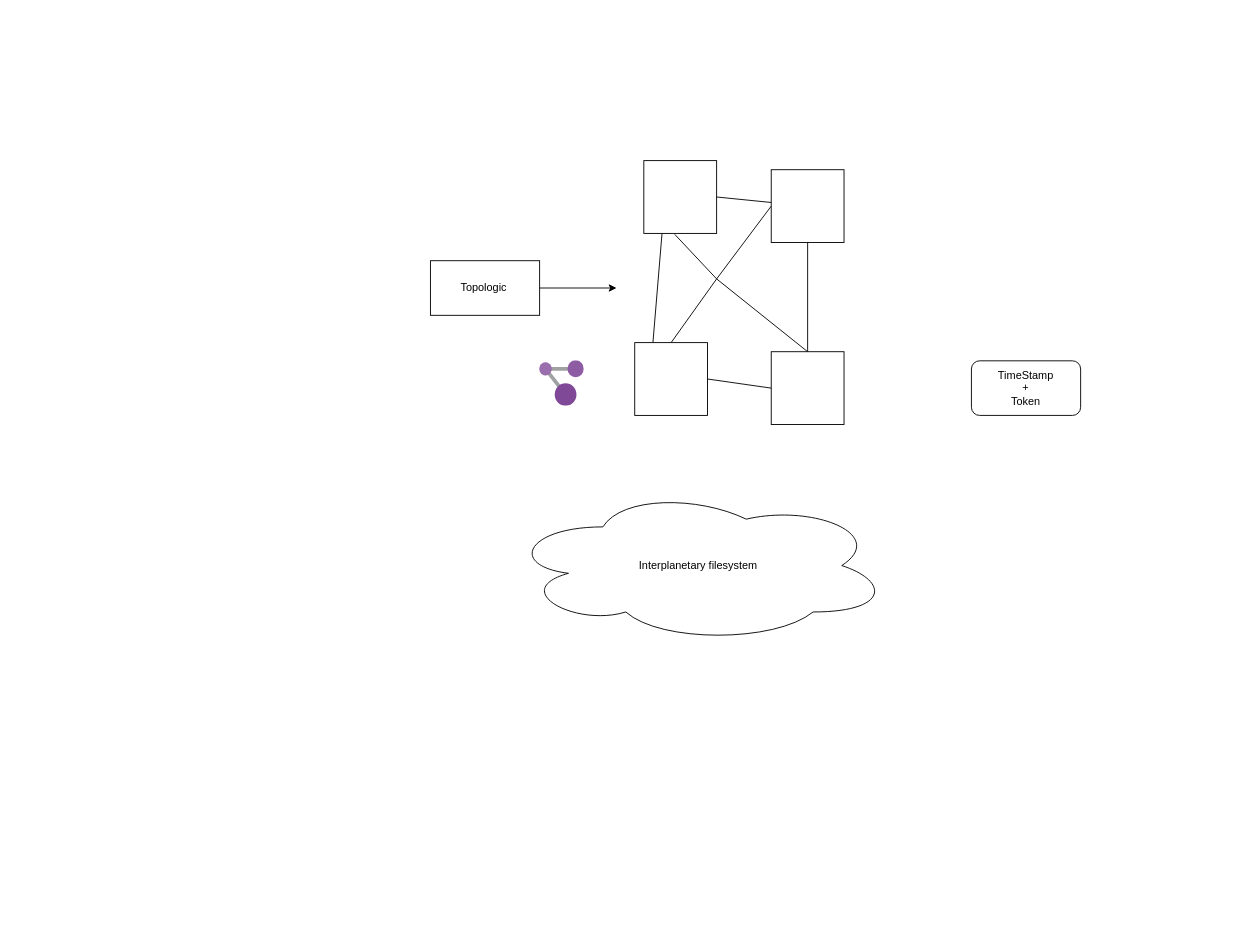
arlav/IPFS_LBD keeps this draw.io diagram as Untitled Diagram.drawio. Above is the earlier version. Source tidied: cells renumbered, new cells numbered last; positions are measured from the earlier drawing's top-left corner, leaving out a move shared by most shapes. Both pictures are drawn from the tidied source at 91%, with x=0, y=0 at pixel (430, 160).
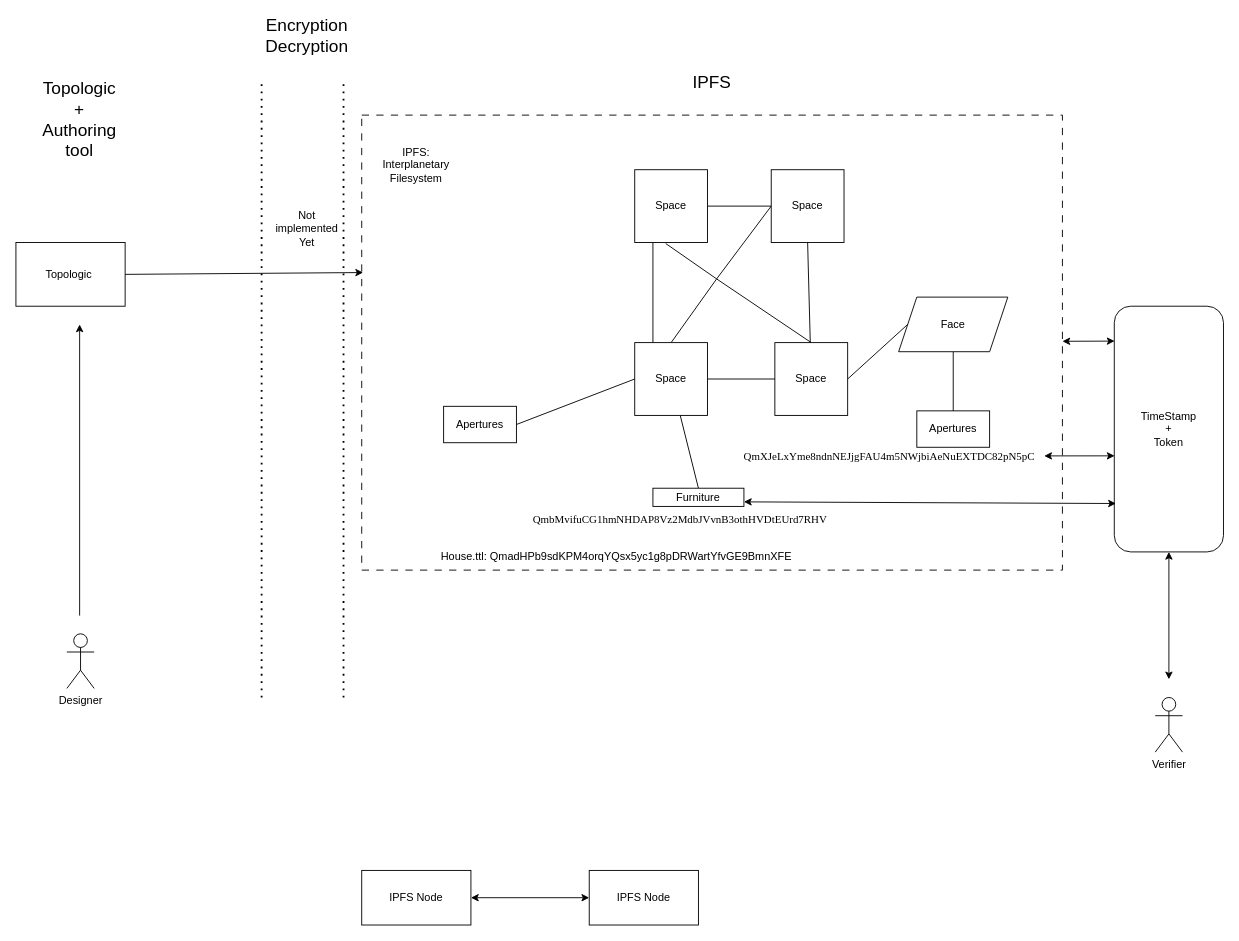
The same page after the edit.

Change to the diagram source:
```diff
@@
+    <mxCell id="19" style="rounded=0;whiteSpace=wrap;html=1;dashed=1;dashPattern=8 8;fillColor=none;" parent="1" vertex="1">
+      <mxGeometry x="-76" y="-50" width="770" height="500" as="geometry" />
+    </mxCell>
     <mxCell id="2" value="Topologic&amp;nbsp;" style="rounded=0;whiteSpace=wrap;html=1;" parent="1" vertex="1">
-      <mxGeometry x="-0.5" y="110" width="120" height="60" as="geometry" />
+      <mxGeometry x="-456" y="90" width="120" height="70" as="geometry" />
     </mxCell>
     <mxCell id="3" value="TimeStamp&lt;div&gt;+&lt;/div&gt;&lt;div&gt;Token&lt;/div&gt;" style="rounded=1;whiteSpace=wrap;html=1;" parent="1" vertex="1">
-      <mxGeometry x="594" y="220" width="120" height="60" as="geometry" />
+      <mxGeometry x="751" y="160" width="120" height="270" as="geometry" />
     </mxCell>
-    <mxCell id="4" value="Interplanetary filesystem" style="ellipse;shape=cloud;whiteSpace=wrap;html=1;" parent="1" vertex="1">
-      <mxGeometry x="84" y="360" width="420" height="170" as="geometry" />
-    </mxCell>
-    <mxCell id="5" style="image;sketch=0;html=1;align=center;fontSize=12;image=img/lib/mscae/Resource_Graph_Explorer.svg;" parent="1" vertex="1">
-      <mxGeometry x="119.5" y="220" width="49" height="50" as="geometry" />
-    </mxCell>
@@
-    <mxCell id="9" style="whiteSpace=wrap;html=1;" parent="1" vertex="1">
+    <mxCell id="9" value="Space" style="whiteSpace=wrap;html=1;" parent="1" vertex="1">
       <mxGeometry x="374" y="10" width="80" height="80" as="geometry" />
     </mxCell>
-    <mxCell id="10" style="whiteSpace=wrap;html=1;" parent="1" vertex="1">
-      <mxGeometry x="234" width="80" height="80" as="geometry" />
+    <mxCell id="10" value="Space" style="whiteSpace=wrap;html=1;" parent="1" vertex="1">
+      <mxGeometry x="224" y="10" width="80" height="80" as="geometry" />
     </mxCell>
@@
-    <mxCell id="12" style="whiteSpace=wrap;html=1;" parent="1" vertex="1">
-      <mxGeometry x="374" y="210" width="80" height="80" as="geometry" />
+    <mxCell id="12" value="Space" style="whiteSpace=wrap;html=1;" parent="1" vertex="1">
+      <mxGeometry x="378" y="200" width="80" height="80" as="geometry" />
     </mxCell>
@@
-    <mxCell id="15" style="whiteSpace=wrap;html=1;" parent="1" vertex="1">
+    <mxCell id="15" value="Space" style="whiteSpace=wrap;html=1;" parent="1" vertex="1">
       <mxGeometry x="224" y="200" width="80" height="80" as="geometry" />
     </mxCell>
@@
-    <mxCell id="18" style="endArrow=classic;html=1;rounded=0;exitX=1;exitY=0.5;exitDx=0;exitDy=0;" parent="1" edge="1" source="2">
-      <mxGeometry relative="1" as="geometry">
-        <mxPoint x="204" y="140" as="targetPoint" />
-      </mxGeometry>
+    <mxCell id="18" style="endArrow=classic;html=1;rounded=0;exitX=1;exitY=0.5;exitDx=0;exitDy=0;entryX=0.002;entryY=0.346;entryDx=0;entryDy=0;entryPerimeter=0;" parent="1" edge="1" source="2" target="19">
+      <mxGeometry relative="1" as="geometry" />
     </mxCell>
+    <mxCell id="20" style="endArrow=none;html=1;rounded=0;entryX=0;entryY=0.5;entryDx=0;entryDy=0;exitX=1;exitY=0.5;exitDx=0;exitDy=0;" parent="1" edge="1" source="22" target="15">
+      <mxGeometry relative="1" as="geometry" />
+    </mxCell>
+    <mxCell id="21" style="endArrow=none;html=1;rounded=0;exitX=0.5;exitY=0;exitDx=0;exitDy=0;" parent="1" edge="1" source="24" target="15">
+      <mxGeometry relative="1" as="geometry" />
+    </mxCell>
+    <mxCell id="22" value="Apertures" style="rounded=0;whiteSpace=wrap;html=1;" parent="1" vertex="1">
+      <mxGeometry x="14" y="270" width="80" height="40" as="geometry" />
+    </mxCell>
+    <mxCell id="23" value="IPFS: Interplanetary Filesystem" style="text;html=1;align=center;verticalAlign=middle;whiteSpace=wrap;rounded=0;" parent="1" vertex="1">
+      <mxGeometry x="-46" y="-10" width="60" height="30" as="geometry" />
+    </mxCell>
+    <mxCell id="24" value="Furniture" style="rounded=0;whiteSpace=wrap;html=1;" parent="1" vertex="1">
+      <mxGeometry x="244" y="360" width="100" height="20" as="geometry" />
+    </mxCell>
+    <mxCell id="25" value="&lt;font style=&quot;font-size: 12px;&quot; face=&quot;Helvetica&quot;&gt;House.ttl:&amp;nbsp;&lt;span style=&quot;text-align: start; white-space: pre;&quot;&gt;QmadHPb9sdKPM4orqYQsx5yc1g8pDRWartYfvGE9BmnXFE&lt;/span&gt;&lt;/font&gt;" style="text;html=1;align=center;verticalAlign=middle;whiteSpace=wrap;rounded=0;" parent="1" vertex="1">
+      <mxGeometry x="174" y="420" width="60" height="30" as="geometry" />
+    </mxCell>
+    <mxCell id="26" value="&lt;span style=&quot;font-family: Times; text-align: start; white-space: pre;&quot;&gt;&lt;font style=&quot;font-size: 12px;&quot;&gt;QmXJeLxYme8ndnNEJjgFAU4m5NWjbiAeNuEXTDC82pN5pC&lt;/font&gt;&lt;/span&gt;" style="text;html=1;align=center;verticalAlign=middle;whiteSpace=wrap;rounded=0;" parent="1" vertex="1">
+      <mxGeometry x="474" y="310" width="60" height="30" as="geometry" />
+    </mxCell>
+    <mxCell id="27" value="&lt;span style=&quot;font-family: Times; text-align: start; white-space: pre;&quot;&gt;&lt;font style=&quot;font-size: 12px;&quot;&gt;QmbMvifuCG1hmNHDAP8Vz2MdbJVvnB3othHVDtEUrd7RHV&lt;/font&gt;&lt;/span&gt;" style="text;html=1;align=center;verticalAlign=middle;whiteSpace=wrap;rounded=0;" parent="1" vertex="1">
+      <mxGeometry x="244" y="380" width="60" height="30" as="geometry" />
+    </mxCell>
+    <mxCell id="28" value="Apertures" style="rounded=0;whiteSpace=wrap;html=1;" parent="1" vertex="1">
+      <mxGeometry x="534" y="275" width="80" height="40" as="geometry" />
+    </mxCell>
+    <mxCell id="29" style="endArrow=none;html=1;rounded=0;entryX=0.5;entryY=1;entryDx=0;entryDy=0;exitX=0.5;exitY=0;exitDx=0;exitDy=0;" parent="1" edge="1" source="28" target="35">
+      <mxGeometry relative="1" as="geometry" />
+    </mxCell>
+    <mxCell id="30" style="endArrow=classic;html=1;rounded=0;startArrow=classic;startFill=1;entryX=0.003;entryY=0.609;entryDx=0;entryDy=0;entryPerimeter=0;" parent="1" edge="1" target="3">
+      <mxGeometry relative="1" as="geometry">
+        <mxPoint x="674" y="324.5" as="sourcePoint" />
+      </mxGeometry>
+    </mxCell>
+    <mxCell id="31" style="endArrow=classic;html=1;rounded=0;exitX=1;exitY=0.75;exitDx=0;exitDy=0;startArrow=classic;startFill=1;entryX=0.015;entryY=0.803;entryDx=0;entryDy=0;entryPerimeter=0;" parent="1" edge="1" source="24" target="3">
+      <mxGeometry relative="1" as="geometry" />
+    </mxCell>
+    <mxCell id="32" style="endArrow=classic;html=1;rounded=0;startArrow=classic;startFill=1;entryX=0.003;entryY=0.142;entryDx=0;entryDy=0;entryPerimeter=0;" parent="1" edge="1" source="19" target="3">
+      <mxGeometry relative="1" as="geometry" />
+    </mxCell>
+    <mxCell id="33" value="Designer" style="shape=umlActor;verticalLabelPosition=bottom;verticalAlign=top;html=1;" parent="1" vertex="1">
+      <mxGeometry x="-400" y="520" width="30" height="60" as="geometry" />
+    </mxCell>
+    <mxCell id="34" value="Verifier" style="shape=umlActor;verticalLabelPosition=bottom;verticalAlign=top;html=1;" parent="1" vertex="1">
+      <mxGeometry x="796" y="590" width="30" height="60" as="geometry" />
+    </mxCell>
+    <mxCell id="35" value="Face" style="shape=parallelogram;perimeter=parallelogramPerimeter;whiteSpace=wrap;html=1;fixedSize=1;" parent="1" vertex="1">
+      <mxGeometry x="514" y="150" width="120" height="60" as="geometry" />
+    </mxCell>
+    <mxCell id="36" style="endArrow=none;html=1;rounded=0;exitX=1;exitY=0.5;exitDx=0;exitDy=0;entryX=0;entryY=0.5;entryDx=0;entryDy=0;" parent="1" edge="1" source="12" target="35">
+      <mxGeometry relative="1" as="geometry" />
+    </mxCell>
+    <mxCell id="37" style="endArrow=none;dashed=1;html=1;dashPattern=1 3;strokeWidth=2;rounded=0;" parent="1" edge="1">
+      <mxGeometry relative="1" as="geometry">
+        <mxPoint x="-186" y="590" as="sourcePoint" />
+        <mxPoint x="-186" y="-90" as="targetPoint" />
+      </mxGeometry>
+    </mxCell>
+    <mxCell id="38" value="Topologic&lt;div style=&quot;font-size: 19px;&quot;&gt;+ Authoring tool&lt;/div&gt;" style="text;html=1;align=center;verticalAlign=middle;whiteSpace=wrap;rounded=0;fontSize=19;" parent="1" vertex="1">
+      <mxGeometry x="-416" y="-60" width="60" height="30" as="geometry" />
+    </mxCell>
+    <mxCell id="39" value="IPFS" style="text;html=1;align=center;verticalAlign=middle;whiteSpace=wrap;rounded=0;fontSize=19;" parent="1" vertex="1">
+      <mxGeometry x="279" y="-100" width="60" height="30" as="geometry" />
+    </mxCell>
+    <mxCell id="40" style="endArrow=none;dashed=1;html=1;dashPattern=1 3;strokeWidth=2;rounded=0;" parent="1" edge="1">
+      <mxGeometry relative="1" as="geometry">
+        <mxPoint x="-96" y="590" as="sourcePoint" />
+        <mxPoint x="-96" y="-90" as="targetPoint" />
+      </mxGeometry>
+    </mxCell>
+    <mxCell id="41" value="Encryption&lt;div&gt;Decryption&lt;/div&gt;&lt;div&gt;&lt;br&gt;&lt;/div&gt;" style="text;html=1;align=center;verticalAlign=middle;whiteSpace=wrap;rounded=0;fontSize=19;" parent="1" vertex="1">
+      <mxGeometry x="-166" y="-140" width="60" height="30" as="geometry" />
+    </mxCell>
+    <mxCell id="42" style="endArrow=classic;html=1;rounded=0;" parent="1" edge="1">
+      <mxGeometry relative="1" as="geometry">
+        <mxPoint x="-386" y="500" as="sourcePoint" />
+        <mxPoint x="-386" y="180" as="targetPoint" />
+      </mxGeometry>
+    </mxCell>
+    <mxCell id="43" style="endArrow=classic;startArrow=classic;html=1;rounded=0;entryX=0.5;entryY=1;entryDx=0;entryDy=0;" parent="1" edge="1" target="3">
+      <mxGeometry relative="1" as="geometry">
+        <mxPoint x="811" y="570" as="sourcePoint" />
+      </mxGeometry>
+    </mxCell>
+    <mxCell id="44" value="Not implemented Yet" style="text;html=1;align=center;verticalAlign=middle;whiteSpace=wrap;rounded=0;" parent="1" vertex="1">
+      <mxGeometry x="-166" y="60" width="60" height="30" as="geometry" />
+    </mxCell>
+    <mxCell id="45" value="IPFS Node" style="rounded=0;whiteSpace=wrap;html=1;" parent="1" vertex="1">
+      <mxGeometry x="-76" y="780" width="120" height="60" as="geometry" />
+    </mxCell>
+    <mxCell id="46" value="IPFS Node" style="rounded=0;whiteSpace=wrap;html=1;" parent="1" vertex="1">
+      <mxGeometry x="174" y="780" width="120" height="60" as="geometry" />
+    </mxCell>
+    <mxCell id="47" style="endArrow=classic;startArrow=classic;html=1;rounded=0;exitX=1;exitY=0.5;exitDx=0;exitDy=0;entryX=0;entryY=0.5;entryDx=0;entryDy=0;" parent="1" edge="1" source="45" target="46">
+      <mxGeometry relative="1" as="geometry" />
+    </mxCell>
```
